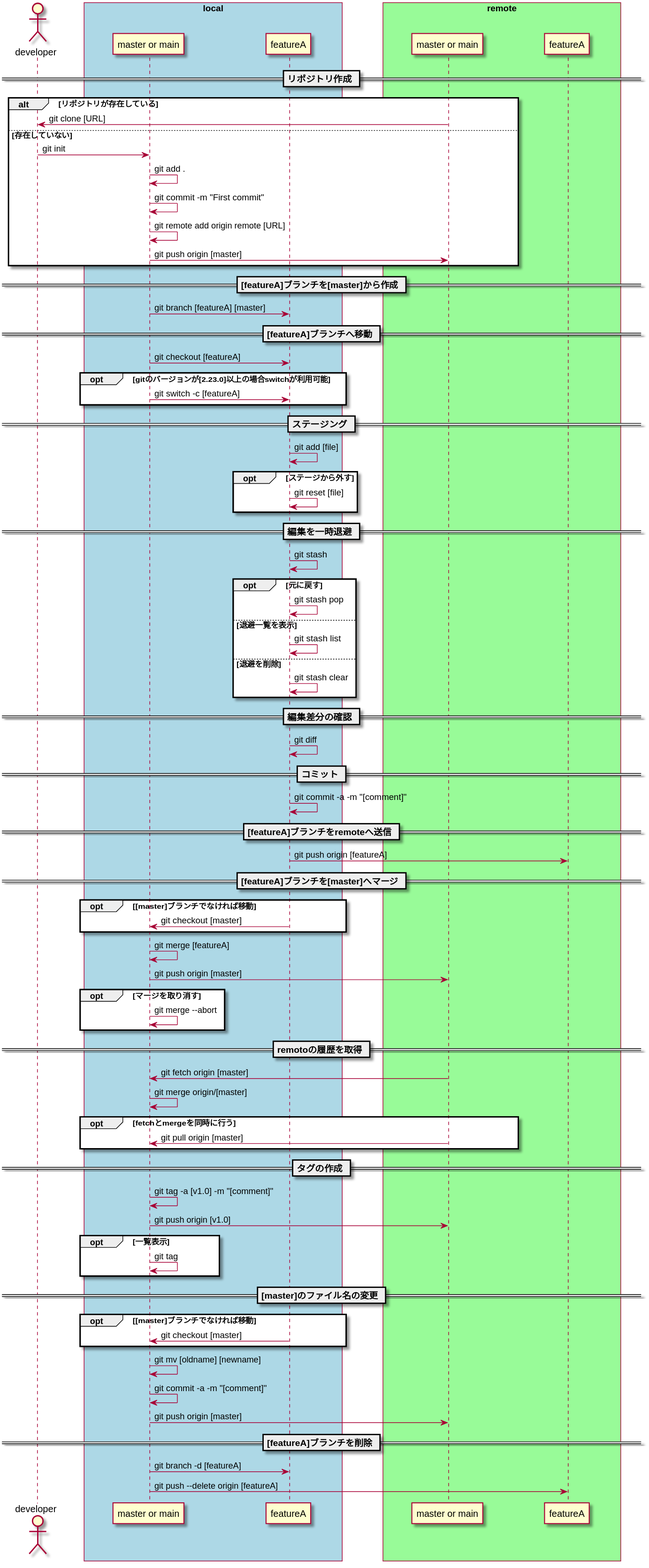
Earlier version of the PlantUML export docs/svg/git-command-cheat-sheet.svg (nk-tamago/git-command-cheat-sheet). Source of this version:
```plantuml
@startuml　git-command-cheat-sheet

skinparam participantPadding 40
skinparam BoxPadding 30

actor developer as developer
box "local" #LightBlue
participant  "master or main" as lmaster
participant  featureA as lfeatureA
end box

box "remote" #PaleGreen
participant  "master or main"  as rmaster
participant  featureA as rfeatureA
end box

== リポジトリ作成 ==
alt リポジトリが存在している
developer <- rmaster : git clone [URL]
else 存在していない
developer -> lmaster : git init
lmaster -> lmaster : git add .
lmaster -> lmaster : git commit -m "First commit"
lmaster -> lmaster : git remote add origin remote [URL]
lmaster -> rmaster : git push origin [master]
end

== [featureA]ブランチを[master]から作成 ==
lmaster -> lfeatureA : git branch [featureA] [master]

== [featureA]ブランチへ移動 ==
lmaster -> lfeatureA : git checkout [featureA]
opt gitのバージョンが[2.23.0]以上の場合switchが利用可能
lmaster -> lfeatureA : git switch -c [featureA]
end

== ステージング ==
lfeatureA -> lfeatureA : git add [file]
opt ステージから外す
lfeatureA -> lfeatureA : git reset [file]
end

== 編集を一時退避 ==
lfeatureA -> lfeatureA : git stash
opt 元に戻す
lfeatureA -> lfeatureA : git stash pop
else 退避一覧を表示
lfeatureA -> lfeatureA : git stash list
else 退避を削除
lfeatureA -> lfeatureA : git stash clear
end

== 編集差分の確認 ==
lfeatureA -> lfeatureA : git diff

== コミット ==
lfeatureA -> lfeatureA : git commit -a -m "[comment]"

== [featureA]ブランチをremoteへ送信 ==
lfeatureA -> rfeatureA : git push origin [featureA]

== [featureA]ブランチを[master]へマージ ==
opt [master]ブランチでなければ移動
lmaster <- lfeatureA : git checkout [master]
end
lmaster -> lmaster : git merge [featureA]
lmaster -> rmaster : git push origin [master]
opt マージを取り消す
lmaster -> lmaster : git merge --abort
end

== remotoの履歴を取得 ==
lmaster <- rmaster : git fetch origin [master]
lmaster -> lmaster : git merge origin/[master]
opt fetchとmergeを同時に行う
lmaster <- rmaster : git pull origin [master]
end

== タグの作成 ==
lmaster -> lmaster : git tag -a [v1.0] -m "[comment]"
lmaster -> rmaster : git push origin [v1.0]
opt 一覧表示
lmaster -> lmaster : git tag
end

== [master]のファイル名の変更 ==
opt [master]ブランチでなければ移動
lmaster <- lfeatureA : git checkout [master]
end
lmaster -> lmaster : git mv [oldname] [newname]
lmaster -> lmaster :git commit -a -m "[comment]"
lmaster -> rmaster :git push origin [master]

== [featureA]ブランチを削除 ==
lmaster -> lfeatureA : git branch -d [featureA]
lmaster -> rfeatureA : git push --delete origin [featureA]

@enduml
```
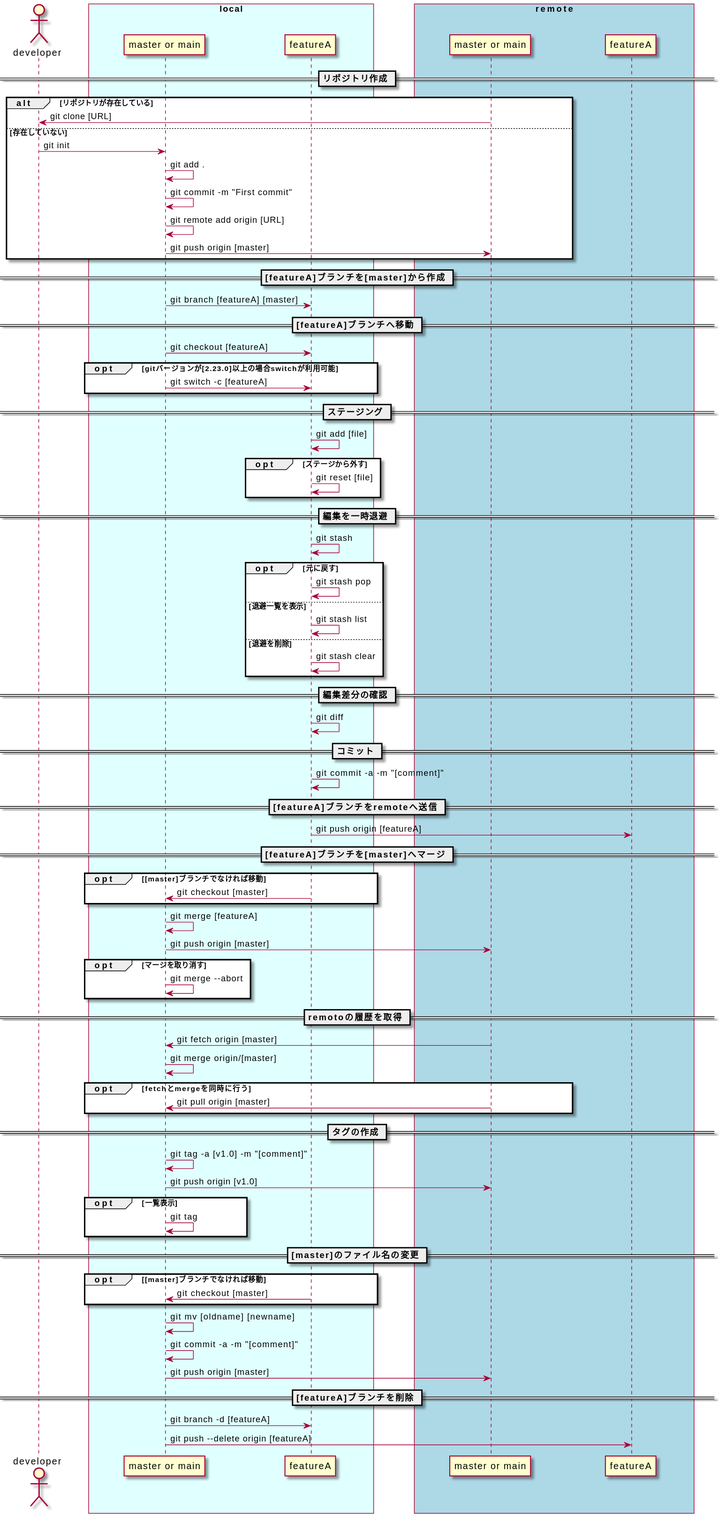
The same diagram one commit later.

Change to the diagram source:
```diff
@@ -1,15 +1,14 @@
-@startuml　git-command-cheat-sheet
-
-skinparam participantPadding 40
+@startuml
+skinparam participantPadding 50
 skinparam BoxPadding 30
 
 actor developer as developer
-box "local" #LightBlue
+box "local" #LightCyan
 participant  "master or main" as lmaster
 participant  featureA as lfeatureA
 end box
 
-box "remote" #PaleGreen
+box "remote" #LightBlue
 participant  "master or main"  as rmaster
 participant  featureA as rfeatureA
 end box
@@ -21,7 +20,7 @@
 developer -> lmaster : git init
 lmaster -> lmaster : git add .
 lmaster -> lmaster : git commit -m "First commit"
-lmaster -> lmaster : git remote add origin remote [URL]
+lmaster -> lmaster : git remote add origin [URL]
 lmaster -> rmaster : git push origin [master]
 end
 
@@ -30,7 +29,7 @@
 
 == [featureA]ブランチへ移動 ==
 lmaster -> lfeatureA : git checkout [featureA]
-opt gitのバージョンが[2.23.0]以上の場合switchが利用可能
+opt gitバージョンが[2.23.0]以上の場合switchが利用可能
 lmaster -> lfeatureA : git switch -c [featureA]
 end
 
@@ -94,5 +93,4 @@
 == [featureA]ブランチを削除 ==
 lmaster -> lfeatureA : git branch -d [featureA]
 lmaster -> rfeatureA : git push --delete origin [featureA]
-
 @enduml
```
